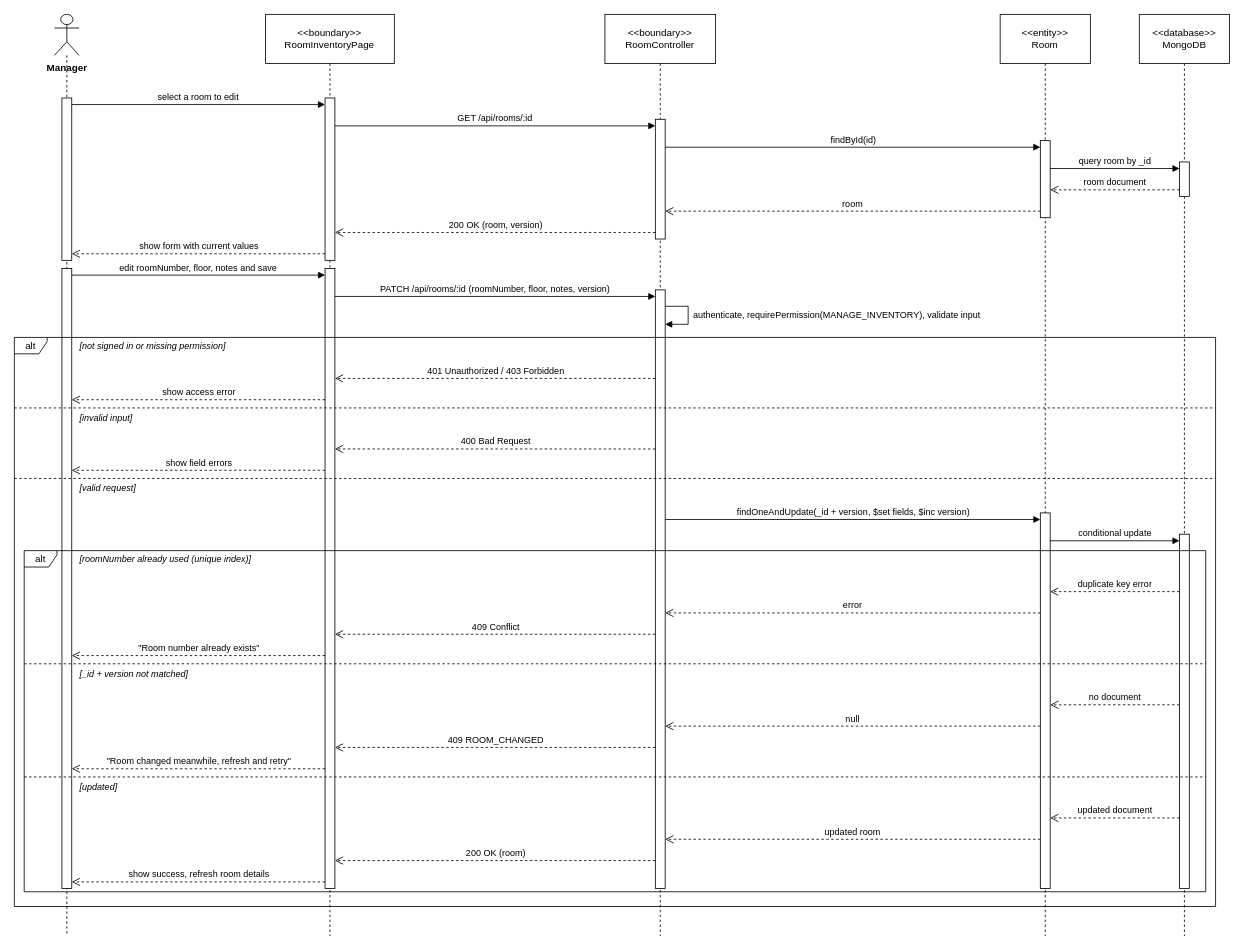
Before: final/diagrams/M1_Inventory-And-Pricing_Diagrams/sequence_diagrams/SD-01_UC-M09_UpdateRoomInfo.drawio in toikobi401/SWD392, a draw.io diagram. Source tidied: cells renumbered, new cells numbered last; positions are measured from the earlier drawing's top-left corner, leaving out a move shared by most shapes. Both pictures are drawn from the tidied source at 82%, with x=0, y=0 at pixel (14, 14).
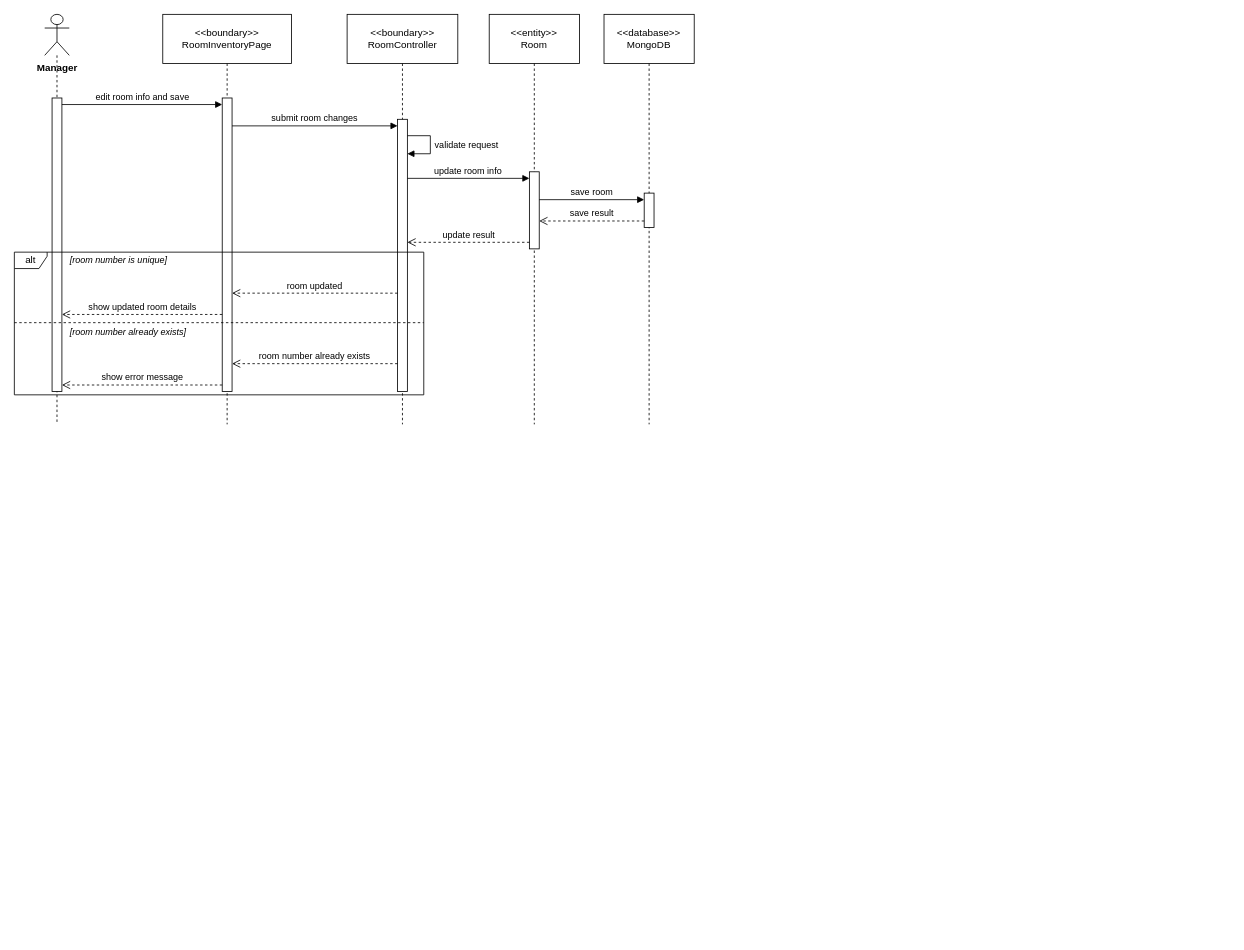
Above is the later version.

Diff of the diagram source:
```diff
@@
     <mxCell id="2" value="Manager" style="shape=umlLifeline;participant=umlActor;perimeter=lifelinePerimeter;whiteSpace=nowrap;html=1;verticalAlign=top;spacingTop=52;size=50;fontStyle=1;" parent="1" vertex="1">
-      <mxGeometry x="49" width="30" height="1124" as="geometry" />
+      <mxGeometry x="37" width="30" height="500" as="geometry" />
     </mxCell>
     <mxCell id="3" value="&amp;lt;&amp;lt;boundary&amp;gt;&amp;gt;&lt;br&gt;RoomInventoryPage" style="shape=umlLifeline;perimeter=lifelinePerimeter;whiteSpace=wrap;html=1;size=60;" parent="1" vertex="1">
-      <mxGeometry x="306.4" width="157" height="1124" as="geometry" />
+      <mxGeometry x="181" width="157" height="500" as="geometry" />
     </mxCell>
     <mxCell id="4" value="&amp;lt;&amp;lt;boundary&amp;gt;&amp;gt;&lt;br&gt;RoomController" style="shape=umlLifeline;perimeter=lifelinePerimeter;whiteSpace=wrap;html=1;size=60;" parent="1" vertex="1">
-      <mxGeometry x="720.2" width="135" height="1124" as="geometry" />
+      <mxGeometry x="405.8" width="135" height="500" as="geometry" />
     </mxCell>
     <mxCell id="5" value="&amp;lt;&amp;lt;entity&amp;gt;&amp;gt;&lt;br&gt;Room" style="shape=umlLifeline;perimeter=lifelinePerimeter;whiteSpace=wrap;html=1;size=60;" parent="1" vertex="1">
-      <mxGeometry x="1202.2" width="110" height="1124" as="geometry" />
+      <mxGeometry x="579.1" width="110" height="500" as="geometry" />
     </mxCell>
     <mxCell id="6" value="&amp;lt;&amp;lt;database&amp;gt;&amp;gt;&lt;br&gt;MongoDB" style="shape=umlLifeline;perimeter=lifelinePerimeter;whiteSpace=wrap;html=1;size=60;" parent="1" vertex="1">
-      <mxGeometry x="1371.9" width="110" height="1124" as="geometry" />
+      <mxGeometry x="719.1" width="110" height="500" as="geometry" />
     </mxCell>
     <mxCell id="7" style="html=1;points=[];perimeter=orthogonalPerimeter;outlineConnect=0;targetShapes=umlLifeline;portConstraint=eastwest;" parent="6" vertex="1">
-      <mxGeometry x="49" y="180" width="12" height="42" as="geometry" />
+      <mxGeometry x="49" y="218" width="12" height="42" as="geometry" />
     </mxCell>
     <mxCell id="8" style="html=1;points=[];perimeter=orthogonalPerimeter;outlineConnect=0;targetShapes=umlLifeline;portConstraint=eastwest;" parent="5" vertex="1">
-      <mxGeometry x="49" y="154" width="12" height="94" as="geometry" />
+      <mxGeometry x="49" y="192" width="12" height="94" as="geometry" />
     </mxCell>
     <mxCell id="9" style="html=1;points=[];perimeter=orthogonalPerimeter;outlineConnect=0;targetShapes=umlLifeline;portConstraint=eastwest;" parent="4" vertex="1">
-      <mxGeometry x="61.5" y="128" width="12" height="146" as="geometry" />
+      <mxGeometry x="61.5" y="128" width="12" height="332" as="geometry" />
     </mxCell>
     <mxCell id="10" style="html=1;points=[];perimeter=orthogonalPerimeter;outlineConnect=0;targetShapes=umlLifeline;portConstraint=eastwest;" parent="3" vertex="1">
-      <mxGeometry x="72.5" y="102" width="12" height="198" as="geometry" />
+      <mxGeometry x="72.5" y="102" width="12" height="358" as="geometry" />
     </mxCell>
     <mxCell id="11" style="html=1;points=[];perimeter=orthogonalPerimeter;outlineConnect=0;targetShapes=umlLifeline;portConstraint=eastwest;" parent="2" vertex="1">
-      <mxGeometry x="9" y="102" width="12" height="198" as="geometry" />
+      <mxGeometry x="9" y="102" width="12" height="358" as="geometry" />
     </mxCell>
-    <mxCell id="12" style="html=1;points=[];perimeter=orthogonalPerimeter;outlineConnect=0;targetShapes=umlLifeline;portConstraint=eastwest;" parent="6" vertex="1">
-      <mxGeometry x="49" y="634" width="12" height="432" as="geometry" />
-    </mxCell>
-    <mxCell id="13" style="html=1;points=[];perimeter=orthogonalPerimeter;outlineConnect=0;targetShapes=umlLifeline;portConstraint=eastwest;" parent="5" vertex="1">
-      <mxGeometry x="49" y="608" width="12" height="458" as="geometry" />
-    </mxCell>
-    <mxCell id="14" style="html=1;points=[];perimeter=orthogonalPerimeter;outlineConnect=0;targetShapes=umlLifeline;portConstraint=eastwest;" parent="4" vertex="1">
-      <mxGeometry x="61.5" y="336" width="12" height="730" as="geometry" />
-    </mxCell>
-    <mxCell id="15" style="html=1;points=[];perimeter=orthogonalPerimeter;outlineConnect=0;targetShapes=umlLifeline;portConstraint=eastwest;" parent="3" vertex="1">
-      <mxGeometry x="72.5" y="310" width="12" height="756" as="geometry" />
-    </mxCell>
-    <mxCell id="16" style="html=1;points=[];perimeter=orthogonalPerimeter;outlineConnect=0;targetShapes=umlLifeline;portConstraint=eastwest;" parent="2" vertex="1">
-      <mxGeometry x="9" y="310" width="12" height="756" as="geometry" />
-    </mxCell>
     <mxCell id="17" value="alt" style="shape=umlFrame;whiteSpace=wrap;html=1;width=40;height=20;" parent="1" vertex="1">
-      <mxGeometry y="394" width="1464.9" height="694" as="geometry" />
+      <mxGeometry y="290" width="499.3" height="174" as="geometry" />
     </mxCell>
     <mxCell id="18" style="endArrow=none;dashed=1;html=1;rounded=0;" parent="1" edge="1">
       <mxGeometry relative="1" as="geometry">
-        <mxPoint y="480" as="sourcePoint" />
-        <mxPoint x="1464.9" y="480" as="targetPoint" />
+        <mxPoint y="376" as="sourcePoint" />
+        <mxPoint x="499.3" y="376" as="targetPoint" />
       </mxGeometry>
     </mxCell>
-    <mxCell id="19" style="endArrow=none;dashed=1;html=1;rounded=0;" parent="1" edge="1">
-      <mxGeometry relative="1" as="geometry">
-        <mxPoint y="566" as="sourcePoint" />
-        <mxPoint x="1464.9" y="566" as="targetPoint" />
-      </mxGeometry>
-    </mxCell>
-    <mxCell id="20" value="[not signed in or missing permission]" style="text;html=1;align=left;verticalAlign=middle;whiteSpace=nowrap;fontSize=11;fontStyle=2;labelBackgroundColor=#ffffff;" parent="1" vertex="1">
-      <mxGeometry x="78" y="394" width="232.5" height="20" as="geometry" />
+    <mxCell id="20" value="[room number is unique]" style="text;html=1;align=left;verticalAlign=middle;whiteSpace=nowrap;fontSize=11;fontStyle=2;labelBackgroundColor=#ffffff;" parent="1" vertex="1">
+      <mxGeometry x="66" y="290" width="144.3" height="20" as="geometry" />
     </mxCell>
-    <mxCell id="21" value="[invalid input]" style="text;html=1;align=left;verticalAlign=middle;whiteSpace=nowrap;fontSize=11;fontStyle=2;labelBackgroundColor=#ffffff;" parent="1" vertex="1">
-      <mxGeometry x="78" y="482" width="93.9" height="20" as="geometry" />
+    <mxCell id="21" value="[room number already exists]" style="text;html=1;align=left;verticalAlign=middle;whiteSpace=nowrap;fontSize=11;fontStyle=2;labelBackgroundColor=#ffffff;" parent="1" vertex="1">
+      <mxGeometry x="66" y="378" width="175.8" height="20" as="geometry" />
     </mxCell>
-    <mxCell id="22" value="[valid request]" style="text;html=1;align=left;verticalAlign=middle;whiteSpace=nowrap;fontSize=11;fontStyle=2;labelBackgroundColor=#ffffff;" parent="1" vertex="1">
-      <mxGeometry x="78" y="568" width="93.9" height="20" as="geometry" />
-    </mxCell>
-    <mxCell id="23" value="alt" style="shape=umlFrame;whiteSpace=wrap;html=1;width=40;height=20;" parent="1" vertex="1">
-      <mxGeometry x="12" y="654" width="1440.9" height="416" as="geometry" />
-    </mxCell>
-    <mxCell id="24" style="endArrow=none;dashed=1;html=1;rounded=0;" parent="1" edge="1">
-      <mxGeometry relative="1" as="geometry">
-        <mxPoint x="12" y="792" as="sourcePoint" />
-        <mxPoint x="1452.9" y="792" as="targetPoint" />
-      </mxGeometry>
-    </mxCell>
-    <mxCell id="25" style="endArrow=none;dashed=1;html=1;rounded=0;" parent="1" edge="1">
-      <mxGeometry relative="1" as="geometry">
-        <mxPoint x="12" y="930" as="sourcePoint" />
-        <mxPoint x="1452.9" y="930" as="targetPoint" />
-      </mxGeometry>
-    </mxCell>
-    <mxCell id="26" value="[roomNumber already used (unique index)]" style="text;html=1;align=left;verticalAlign=middle;whiteSpace=nowrap;fontSize=11;fontStyle=2;labelBackgroundColor=#ffffff;" parent="1" vertex="1">
-      <mxGeometry x="78" y="654" width="251.4" height="20" as="geometry" />
-    </mxCell>
-    <mxCell id="27" value="[_id + version not matched]" style="text;html=1;align=left;verticalAlign=middle;whiteSpace=nowrap;fontSize=11;fontStyle=2;labelBackgroundColor=#ffffff;" parent="1" vertex="1">
-      <mxGeometry x="78" y="794" width="169.5" height="20" as="geometry" />
-    </mxCell>
-    <mxCell id="28" value="[updated]" style="text;html=1;align=left;verticalAlign=middle;whiteSpace=nowrap;fontSize=11;fontStyle=2;labelBackgroundColor=#ffffff;" parent="1" vertex="1">
-      <mxGeometry x="78" y="932" width="56.1" height="20" as="geometry" />
-    </mxCell>
-    <mxCell id="29" value="select a room to edit" style="html=1;verticalAlign=bottom;rounded=0;fontSize=11;endArrow=block;endFill=1;exitX=1;exitY=0.0404;exitDx=0;exitDy=0;exitPerimeter=0;entryX=0;entryY=0.0404;entryDx=0;entryDy=0;entryPerimeter=0;" parent="1" edge="1" source="11" target="10">
+    <mxCell id="29" value="edit room info and save" style="html=1;verticalAlign=bottom;rounded=0;fontSize=11;endArrow=block;endFill=1;exitX=1;exitY=0.0223;exitDx=0;exitDy=0;exitPerimeter=0;entryX=0;entryY=0.0223;entryDx=0;entryDy=0;entryPerimeter=0;" parent="1" edge="1" source="11" target="10">
       <mxGeometry relative="1" as="geometry" />
     </mxCell>
-    <mxCell id="30" value="GET /api/rooms/:id" style="html=1;verticalAlign=bottom;rounded=0;fontSize=11;endArrow=block;endFill=1;exitX=1;exitY=0.1717;exitDx=0;exitDy=0;exitPerimeter=0;entryX=0;entryY=0.0548;entryDx=0;entryDy=0;entryPerimeter=0;" parent="1" edge="1" source="10" target="9">
+    <mxCell id="30" value="submit room changes" style="html=1;verticalAlign=bottom;rounded=0;fontSize=11;endArrow=block;endFill=1;exitX=1;exitY=0.095;exitDx=0;exitDy=0;exitPerimeter=0;entryX=0;entryY=0.0241;entryDx=0;entryDy=0;entryPerimeter=0;" parent="1" edge="1" source="10" target="9">
       <mxGeometry relative="1" as="geometry" />
     </mxCell>
-    <mxCell id="31" value="findById(id)" style="html=1;verticalAlign=bottom;rounded=0;fontSize=11;endArrow=block;endFill=1;exitX=1;exitY=0.2329;exitDx=0;exitDy=0;exitPerimeter=0;entryX=0;entryY=0.0851;entryDx=0;entryDy=0;entryPerimeter=0;" parent="1" edge="1" source="9" target="8">
-      <mxGeometry relative="1" as="geometry" />
+    <mxCell id="31" value="validate request" style="html=1;align=left;spacingLeft=4;verticalAlign=middle;endArrow=block;endFill=1;rounded=0;fontSize=11;exitX=1;exitY=0.0602;exitDx=0;exitDy=0;exitPerimeter=0;entryX=1;entryY=0.1265;entryDx=0;entryDy=0;entryPerimeter=0;" parent="1" edge="1" source="9" target="9">
+      <mxGeometry relative="1" as="geometry">
+        <Array as="points">
+          <mxPoint x="507.3" y="148" />
+          <mxPoint x="507.3" y="170" />
+        </Array>
+      </mxGeometry>
     </mxCell>
-    <mxCell id="32" value="query room by _id" style="html=1;verticalAlign=bottom;rounded=0;fontSize=11;endArrow=block;endFill=1;exitX=1;exitY=0.3617;exitDx=0;exitDy=0;exitPerimeter=0;entryX=0;entryY=0.1905;entryDx=0;entryDy=0;entryPerimeter=0;" parent="1" edge="1" source="8" target="7">
+    <mxCell id="32" value="update room info" style="html=1;verticalAlign=bottom;rounded=0;fontSize=11;endArrow=block;endFill=1;exitX=1;exitY=0.2169;exitDx=0;exitDy=0;exitPerimeter=0;entryX=0;entryY=0.0851;entryDx=0;entryDy=0;entryPerimeter=0;" parent="1" edge="1" source="9" target="8">
       <mxGeometry relative="1" as="geometry" />
     </mxCell>
-    <mxCell id="33" value="room document" style="html=1;verticalAlign=bottom;rounded=0;fontSize=11;dashed=1;endArrow=open;endSize=8;exitX=0;exitY=0.8095;exitDx=0;exitDy=0;exitPerimeter=0;entryX=1;entryY=0.6383;entryDx=0;entryDy=0;entryPerimeter=0;" parent="1" edge="1" source="7" target="8">
+    <mxCell id="33" value="save room" style="html=1;verticalAlign=bottom;rounded=0;fontSize=11;endArrow=block;endFill=1;exitX=1;exitY=0.3617;exitDx=0;exitDy=0;exitPerimeter=0;entryX=0;entryY=0.1905;entryDx=0;entryDy=0;entryPerimeter=0;" parent="1" edge="1" source="8" target="7">
       <mxGeometry relative="1" as="geometry" />
     </mxCell>
-    <mxCell id="34" value="room" style="html=1;verticalAlign=bottom;rounded=0;fontSize=11;dashed=1;endArrow=open;endSize=8;exitX=0;exitY=0.9149;exitDx=0;exitDy=0;exitPerimeter=0;entryX=1;entryY=0.7671;entryDx=0;entryDy=0;entryPerimeter=0;" parent="1" edge="1" source="8" target="9">
+    <mxCell id="34" value="save result" style="html=1;verticalAlign=bottom;rounded=0;fontSize=11;dashed=1;endArrow=open;endSize=8;exitX=0;exitY=0.8095;exitDx=0;exitDy=0;exitPerimeter=0;entryX=1;entryY=0.6383;entryDx=0;entryDy=0;entryPerimeter=0;" parent="1" edge="1" source="7" target="8">
       <mxGeometry relative="1" as="geometry" />
     </mxCell>
-    <mxCell id="35" value="200 OK (room, version)" style="html=1;verticalAlign=bottom;rounded=0;fontSize=11;dashed=1;endArrow=open;endSize=8;exitX=0;exitY=0.9452;exitDx=0;exitDy=0;exitPerimeter=0;entryX=1;entryY=0.8283;entryDx=0;entryDy=0;entryPerimeter=0;" parent="1" edge="1" source="9" target="10">
+    <mxCell id="35" value="update result" style="html=1;verticalAlign=bottom;rounded=0;fontSize=11;dashed=1;endArrow=open;endSize=8;exitX=0;exitY=0.9149;exitDx=0;exitDy=0;exitPerimeter=0;entryX=1;entryY=0.4518;entryDx=0;entryDy=0;entryPerimeter=0;" parent="1" edge="1" source="8" target="9">
       <mxGeometry relative="1" as="geometry" />
     </mxCell>
-    <mxCell id="36" value="show form with current values" style="html=1;verticalAlign=bottom;rounded=0;fontSize=11;dashed=1;endArrow=open;endSize=8;exitX=0;exitY=0.9596;exitDx=0;exitDy=0;exitPerimeter=0;entryX=1;entryY=0.9596;entryDx=0;entryDy=0;entryPerimeter=0;" parent="1" edge="1" source="10" target="11">
+    <mxCell id="36" value="room updated" style="html=1;verticalAlign=bottom;rounded=0;fontSize=11;dashed=1;endArrow=open;endSize=8;exitX=0;exitY=0.6386;exitDx=0;exitDy=0;exitPerimeter=0;entryX=1;entryY=0.6648;entryDx=0;entryDy=0;entryPerimeter=0;" parent="1" edge="1" source="9" target="10">
       <mxGeometry relative="1" as="geometry" />
     </mxCell>
-    <mxCell id="37" value="edit roomNumber, floor, notes and save" style="html=1;verticalAlign=bottom;rounded=0;fontSize=11;endArrow=block;endFill=1;exitX=1;exitY=0.0106;exitDx=0;exitDy=0;exitPerimeter=0;entryX=0;entryY=0.0106;entryDx=0;entryDy=0;entryPerimeter=0;" parent="1" edge="1" source="16" target="15">
+    <mxCell id="37" value="show updated room details" style="html=1;verticalAlign=bottom;rounded=0;fontSize=11;dashed=1;endArrow=open;endSize=8;exitX=0;exitY=0.7374;exitDx=0;exitDy=0;exitPerimeter=0;entryX=1;entryY=0.7374;entryDx=0;entryDy=0;entryPerimeter=0;" parent="1" edge="1" source="10" target="11">
       <mxGeometry relative="1" as="geometry" />
     </mxCell>
-    <mxCell id="38" value="PATCH /api/rooms/:id (roomNumber, floor, notes, version)" style="html=1;verticalAlign=bottom;rounded=0;fontSize=11;endArrow=block;endFill=1;exitX=1;exitY=0.045;exitDx=0;exitDy=0;exitPerimeter=0;entryX=0;entryY=0.011;entryDx=0;entryDy=0;entryPerimeter=0;" parent="1" edge="1" source="15" target="14">
+    <mxCell id="38" value="room number already exists" style="html=1;verticalAlign=bottom;rounded=0;fontSize=11;dashed=1;endArrow=open;endSize=8;exitX=0;exitY=0.8976;exitDx=0;exitDy=0;exitPerimeter=0;entryX=1;entryY=0.905;entryDx=0;entryDy=0;entryPerimeter=0;" parent="1" edge="1" source="9" target="10">
       <mxGeometry relative="1" as="geometry" />
     </mxCell>
-    <mxCell id="39" value="authenticate, requirePermission(MANAGE_INVENTORY), validate input" style="html=1;align=left;spacingLeft=4;verticalAlign=middle;endArrow=block;endFill=1;rounded=0;fontSize=11;exitX=1;exitY=0.0274;exitDx=0;exitDy=0;exitPerimeter=0;entryX=1;entryY=0.0575;entryDx=0;entryDy=0;entryPerimeter=0;" parent="1" edge="1" source="14" target="14">
-      <mxGeometry relative="1" as="geometry">
-        <Array as="points">
-          <mxPoint x="821.7" y="356" />
-          <mxPoint x="821.7" y="378" />
-        </Array>
-      </mxGeometry>
+    <mxCell id="39" value="show error message" style="html=1;verticalAlign=bottom;rounded=0;fontSize=11;dashed=1;endArrow=open;endSize=8;exitX=0;exitY=0.9777;exitDx=0;exitDy=0;exitPerimeter=0;entryX=1;entryY=0.9777;entryDx=0;entryDy=0;entryPerimeter=0;" parent="1" edge="1" source="10" target="11">
+      <mxGeometry relative="1" as="geometry" />
     </mxCell>
-    <mxCell id="40" value="401 Unauthorized / 403 Forbidden" style="html=1;verticalAlign=bottom;rounded=0;fontSize=11;dashed=1;endArrow=open;endSize=8;exitX=0;exitY=0.1479;exitDx=0;exitDy=0;exitPerimeter=0;entryX=1;entryY=0.1772;entryDx=0;entryDy=0;entryPerimeter=0;" parent="1" edge="1" source="14" target="15">
-      <mxGeometry relative="1" as="geometry" />
-    </mxCell>
-    <mxCell id="41" value="show access error" style="html=1;verticalAlign=bottom;rounded=0;fontSize=11;dashed=1;endArrow=open;endSize=8;exitX=0;exitY=0.2116;exitDx=0;exitDy=0;exitPerimeter=0;entryX=1;entryY=0.2116;entryDx=0;entryDy=0;entryPerimeter=0;" parent="1" edge="1" source="15" target="16">
-      <mxGeometry relative="1" as="geometry" />
-    </mxCell>
-    <mxCell id="42" value="400 Bad Request" style="html=1;verticalAlign=bottom;rounded=0;fontSize=11;dashed=1;endArrow=open;endSize=8;exitX=0;exitY=0.2658;exitDx=0;exitDy=0;exitPerimeter=0;entryX=1;entryY=0.291;entryDx=0;entryDy=0;entryPerimeter=0;" parent="1" edge="1" source="14" target="15">
-      <mxGeometry relative="1" as="geometry" />
-    </mxCell>
-    <mxCell id="43" value="show field errors" style="html=1;verticalAlign=bottom;rounded=0;fontSize=11;dashed=1;endArrow=open;endSize=8;exitX=0;exitY=0.3254;exitDx=0;exitDy=0;exitPerimeter=0;entryX=1;entryY=0.3254;entryDx=0;entryDy=0;entryPerimeter=0;" parent="1" edge="1" source="15" target="16">
-      <mxGeometry relative="1" as="geometry" />
-    </mxCell>
-    <mxCell id="44" value="findOneAndUpdate(_id + version, $set fields, $inc version)" style="html=1;verticalAlign=bottom;rounded=0;fontSize=11;endArrow=block;endFill=1;exitX=1;exitY=0.3836;exitDx=0;exitDy=0;exitPerimeter=0;entryX=0;entryY=0.0175;entryDx=0;entryDy=0;entryPerimeter=0;" parent="1" edge="1" source="14" target="13">
-      <mxGeometry relative="1" as="geometry" />
-    </mxCell>
-    <mxCell id="45" value="conditional update" style="html=1;verticalAlign=bottom;rounded=0;fontSize=11;endArrow=block;endFill=1;exitX=1;exitY=0.0742;exitDx=0;exitDy=0;exitPerimeter=0;entryX=0;entryY=0.0185;entryDx=0;entryDy=0;entryPerimeter=0;" parent="1" edge="1" source="13" target="12">
-      <mxGeometry relative="1" as="geometry" />
-    </mxCell>
-    <mxCell id="46" value="duplicate key error" style="html=1;verticalAlign=bottom;rounded=0;fontSize=11;dashed=1;endArrow=open;endSize=8;exitX=0;exitY=0.162;exitDx=0;exitDy=0;exitPerimeter=0;entryX=1;entryY=0.2096;entryDx=0;entryDy=0;entryPerimeter=0;" parent="1" edge="1" source="12" target="13">
-      <mxGeometry relative="1" as="geometry" />
-    </mxCell>
-    <mxCell id="47" value="error" style="html=1;verticalAlign=bottom;rounded=0;fontSize=11;dashed=1;endArrow=open;endSize=8;exitX=0;exitY=0.2664;exitDx=0;exitDy=0;exitPerimeter=0;entryX=1;entryY=0.5397;entryDx=0;entryDy=0;entryPerimeter=0;" parent="1" edge="1" source="13" target="14">
-      <mxGeometry relative="1" as="geometry" />
-    </mxCell>
-    <mxCell id="48" value="409 Conflict" style="html=1;verticalAlign=bottom;rounded=0;fontSize=11;dashed=1;endArrow=open;endSize=8;exitX=0;exitY=0.5753;exitDx=0;exitDy=0;exitPerimeter=0;entryX=1;entryY=0.5899;entryDx=0;entryDy=0;entryPerimeter=0;" parent="1" edge="1" source="14" target="15">
-      <mxGeometry relative="1" as="geometry" />
-    </mxCell>
-    <mxCell id="49" value="&quot;Room number already exists&quot;" style="html=1;verticalAlign=bottom;rounded=0;fontSize=11;dashed=1;endArrow=open;endSize=8;exitX=0;exitY=0.6243;exitDx=0;exitDy=0;exitPerimeter=0;entryX=1;entryY=0.6243;entryDx=0;entryDy=0;entryPerimeter=0;" parent="1" edge="1" source="15" target="16">
-      <mxGeometry relative="1" as="geometry" />
-    </mxCell>
-    <mxCell id="50" value="no document" style="html=1;verticalAlign=bottom;rounded=0;fontSize=11;dashed=1;endArrow=open;endSize=8;exitX=0;exitY=0.4815;exitDx=0;exitDy=0;exitPerimeter=0;entryX=1;entryY=0.5109;entryDx=0;entryDy=0;entryPerimeter=0;" parent="1" edge="1" source="12" target="13">
-      <mxGeometry relative="1" as="geometry" />
-    </mxCell>
-    <mxCell id="51" value="null" style="html=1;verticalAlign=bottom;rounded=0;fontSize=11;dashed=1;endArrow=open;endSize=8;exitX=0;exitY=0.5677;exitDx=0;exitDy=0;exitPerimeter=0;entryX=1;entryY=0.7288;entryDx=0;entryDy=0;entryPerimeter=0;" parent="1" edge="1" source="13" target="14">
-      <mxGeometry relative="1" as="geometry" />
-    </mxCell>
-    <mxCell id="52" value="409 ROOM_CHANGED" style="html=1;verticalAlign=bottom;rounded=0;fontSize=11;dashed=1;endArrow=open;endSize=8;exitX=0;exitY=0.7644;exitDx=0;exitDy=0;exitPerimeter=0;entryX=1;entryY=0.7725;entryDx=0;entryDy=0;entryPerimeter=0;" parent="1" edge="1" source="14" target="15">
-      <mxGeometry relative="1" as="geometry" />
-    </mxCell>
-    <mxCell id="53" value="&quot;Room changed meanwhile, refresh and retry&quot;" style="html=1;verticalAlign=bottom;rounded=0;fontSize=11;dashed=1;endArrow=open;endSize=8;exitX=0;exitY=0.8069;exitDx=0;exitDy=0;exitPerimeter=0;entryX=1;entryY=0.8069;entryDx=0;entryDy=0;entryPerimeter=0;" parent="1" edge="1" source="15" target="16">
-      <mxGeometry relative="1" as="geometry" />
-    </mxCell>
-    <mxCell id="54" value="updated document" style="html=1;verticalAlign=bottom;rounded=0;fontSize=11;dashed=1;endArrow=open;endSize=8;exitX=0;exitY=0.8009;exitDx=0;exitDy=0;exitPerimeter=0;entryX=1;entryY=0.8122;entryDx=0;entryDy=0;entryPerimeter=0;" parent="1" edge="1" source="12" target="13">
-      <mxGeometry relative="1" as="geometry" />
-    </mxCell>
-    <mxCell id="55" value="updated room" style="html=1;verticalAlign=bottom;rounded=0;fontSize=11;dashed=1;endArrow=open;endSize=8;exitX=0;exitY=0.869;exitDx=0;exitDy=0;exitPerimeter=0;entryX=1;entryY=0.9178;entryDx=0;entryDy=0;entryPerimeter=0;" parent="1" edge="1" source="13" target="14">
-      <mxGeometry relative="1" as="geometry" />
-    </mxCell>
-    <mxCell id="56" value="200 OK (room)" style="html=1;verticalAlign=bottom;rounded=0;fontSize=11;dashed=1;endArrow=open;endSize=8;exitX=0;exitY=0.9534;exitDx=0;exitDy=0;exitPerimeter=0;entryX=1;entryY=0.955;entryDx=0;entryDy=0;entryPerimeter=0;" parent="1" edge="1" source="14" target="15">
-      <mxGeometry relative="1" as="geometry" />
-    </mxCell>
-    <mxCell id="57" value="show success, refresh room details" style="html=1;verticalAlign=bottom;rounded=0;fontSize=11;dashed=1;endArrow=open;endSize=8;exitX=0;exitY=0.9894;exitDx=0;exitDy=0;exitPerimeter=0;entryX=1;entryY=0.9894;entryDx=0;entryDy=0;entryPerimeter=0;" parent="1" edge="1" source="15" target="16">
-      <mxGeometry relative="1" as="geometry" />
-    </mxCell>
```
